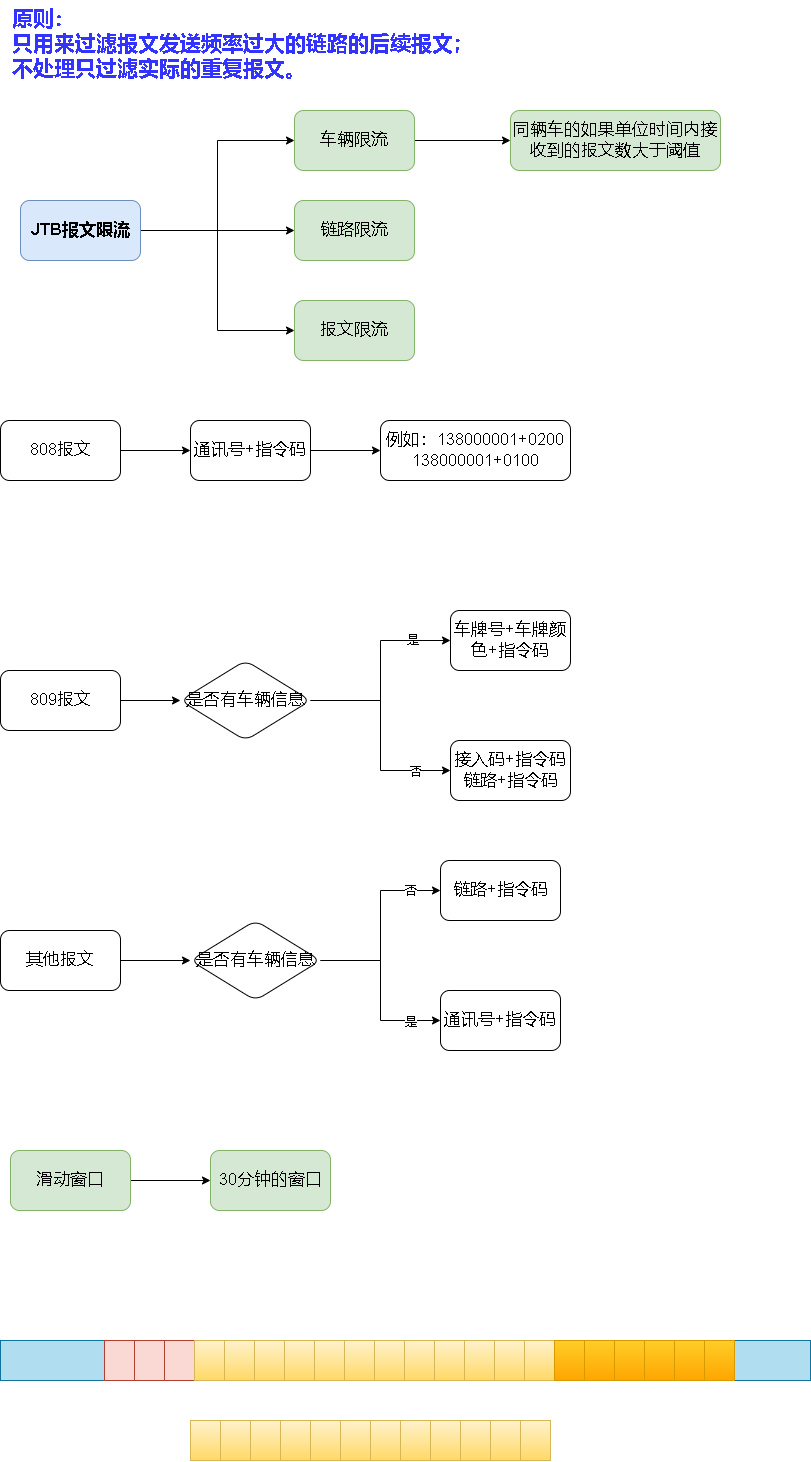
Above: jtb报文限流.drawio.png in xktder/draw (draw.io), before the change. Source tidied: cells renumbered, new cells last; positions are measured from the earlier drawing's top-left corner, leaving out a move shared by most shapes.
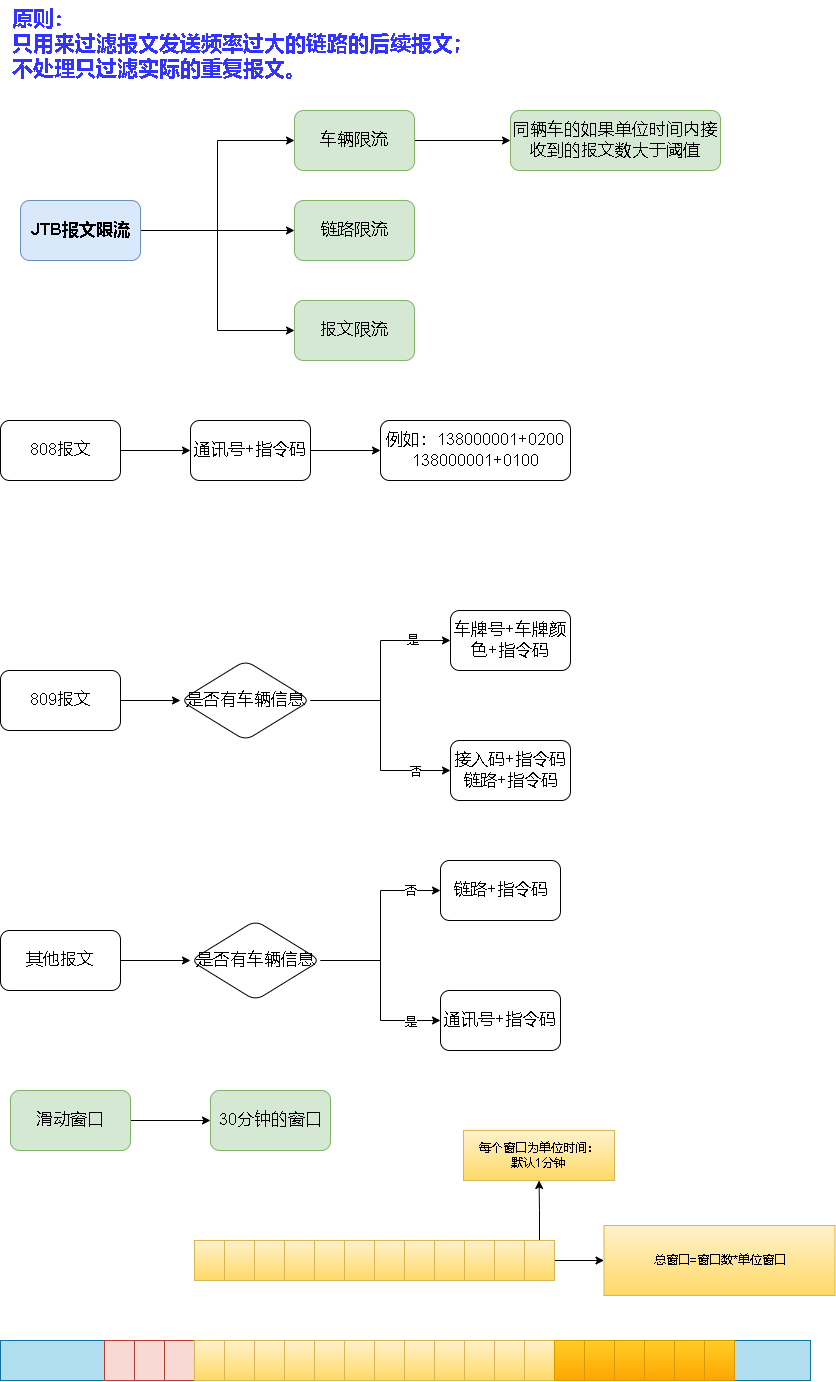
Above is the later version.

Commit message:
更新jtb报文限流.drawio.png

What changed in the source:
```diff
@@ -116,10 +116,10 @@
       <mxGeometry relative="1" as="geometry" />
     </mxCell>
     <mxCell id="37" value="滑动窗口" style="rounded=1;whiteSpace=wrap;html=1;fontSize=17;fillColor=#d5e8d4;strokeColor=#82b366;" parent="1" vertex="1">
-      <mxGeometry x="10" y="1150" width="120" height="60" as="geometry" />
+      <mxGeometry x="10" y="1090" width="120" height="60" as="geometry" />
     </mxCell>
     <mxCell id="38" value="30分钟的窗口" style="rounded=1;whiteSpace=wrap;html=1;fontSize=17;fillColor=#d5e8d4;strokeColor=#82b366;" parent="1" vertex="1">
-      <mxGeometry x="210" y="1150" width="120" height="60" as="geometry" />
+      <mxGeometry x="210" y="1090" width="120" height="60" as="geometry" />
     </mxCell>
     <mxCell id="39" style="rounded=0;whiteSpace=wrap;html=1;fontSize=12;fillColor=#fad9d5;strokeColor=#ae4132;" parent="1" vertex="1">
       <mxGeometry x="104" y="1340" width="30" height="40" as="geometry" />
@@ -185,40 +185,52 @@
       <mxGeometry x="704" y="1340" width="30" height="40" as="geometry" />
     </mxCell>
     <mxCell id="60" style="rounded=0;whiteSpace=wrap;html=1;fontSize=12;fillColor=#fff2cc;strokeColor=#d6b656;gradientColor=#ffd966;" parent="1" vertex="1">
-      <mxGeometry x="190" y="1420" width="30" height="40" as="geometry" />
+      <mxGeometry x="194" y="1240" width="30" height="40" as="geometry" />
     </mxCell>
     <mxCell id="61" style="rounded=0;whiteSpace=wrap;html=1;fontSize=12;fillColor=#fff2cc;gradientColor=#ffd966;strokeColor=#d6b656;" parent="1" vertex="1">
-      <mxGeometry x="220" y="1420" width="30" height="40" as="geometry" />
+      <mxGeometry x="224" y="1240" width="30" height="40" as="geometry" />
     </mxCell>
     <mxCell id="62" style="rounded=0;whiteSpace=wrap;html=1;fontSize=12;fillColor=#fff2cc;gradientColor=#ffd966;strokeColor=#d6b656;" parent="1" vertex="1">
-      <mxGeometry x="250" y="1420" width="30" height="40" as="geometry" />
+      <mxGeometry x="254" y="1240" width="30" height="40" as="geometry" />
     </mxCell>
     <mxCell id="63" style="rounded=0;whiteSpace=wrap;html=1;fontSize=12;fillColor=#fff2cc;gradientColor=#ffd966;strokeColor=#d6b656;" parent="1" vertex="1">
-      <mxGeometry x="280" y="1420" width="30" height="40" as="geometry" />
+      <mxGeometry x="284" y="1240" width="30" height="40" as="geometry" />
     </mxCell>
     <mxCell id="64" style="rounded=0;whiteSpace=wrap;html=1;fontSize=12;fillColor=#fff2cc;gradientColor=#ffd966;strokeColor=#d6b656;" parent="1" vertex="1">
-      <mxGeometry x="310" y="1420" width="30" height="40" as="geometry" />
+      <mxGeometry x="314" y="1240" width="30" height="40" as="geometry" />
     </mxCell>
     <mxCell id="65" style="rounded=0;whiteSpace=wrap;html=1;fontSize=12;fillColor=#fff2cc;gradientColor=#ffd966;strokeColor=#d6b656;" parent="1" vertex="1">
-      <mxGeometry x="340" y="1420" width="30" height="40" as="geometry" />
+      <mxGeometry x="344" y="1240" width="30" height="40" as="geometry" />
     </mxCell>
     <mxCell id="66" style="rounded=0;whiteSpace=wrap;html=1;fontSize=12;fillColor=#fff2cc;gradientColor=#ffd966;strokeColor=#d6b656;" parent="1" vertex="1">
-      <mxGeometry x="370" y="1420" width="30" height="40" as="geometry" />
+      <mxGeometry x="374" y="1240" width="30" height="40" as="geometry" />
     </mxCell>
     <mxCell id="67" style="rounded=0;whiteSpace=wrap;html=1;fontSize=12;fillColor=#fff2cc;gradientColor=#ffd966;strokeColor=#d6b656;" parent="1" vertex="1">
-      <mxGeometry x="400" y="1420" width="30" height="40" as="geometry" />
+      <mxGeometry x="404" y="1240" width="30" height="40" as="geometry" />
     </mxCell>
     <mxCell id="68" style="rounded=0;whiteSpace=wrap;html=1;fontSize=12;fillColor=#fff2cc;gradientColor=#ffd966;strokeColor=#d6b656;" parent="1" vertex="1">
-      <mxGeometry x="430" y="1420" width="30" height="40" as="geometry" />
+      <mxGeometry x="434" y="1240" width="30" height="40" as="geometry" />
     </mxCell>
     <mxCell id="69" style="rounded=0;whiteSpace=wrap;html=1;fontSize=12;fillColor=#fff2cc;gradientColor=#ffd966;strokeColor=#d6b656;" parent="1" vertex="1">
-      <mxGeometry x="460" y="1420" width="30" height="40" as="geometry" />
+      <mxGeometry x="464" y="1240" width="30" height="40" as="geometry" />
     </mxCell>
     <mxCell id="70" style="rounded=0;whiteSpace=wrap;html=1;fontSize=12;fillColor=#fff2cc;gradientColor=#ffd966;strokeColor=#d6b656;" parent="1" vertex="1">
-      <mxGeometry x="490" y="1420" width="30" height="40" as="geometry" />
+      <mxGeometry x="494" y="1240" width="30" height="40" as="geometry" />
     </mxCell>
+    <mxCell id="72" style="edgeStyle=orthogonalEdgeStyle;rounded=0;jettySize=auto;html=1;fontSize=12;fontColor=#000000;" parent="1" edge="1" source="71" target="74">
+      <mxGeometry relative="1" as="geometry" />
+    </mxCell>
+    <mxCell id="73" style="edgeStyle=orthogonalEdgeStyle;rounded=0;jettySize=auto;html=1;fontSize=12;fontColor=#000000;" parent="1" edge="1" source="71" target="75">
+      <mxGeometry relative="1" as="geometry" />
+    </mxCell>
     <mxCell id="71" style="rounded=0;whiteSpace=wrap;html=1;fontSize=12;fillColor=#fff2cc;gradientColor=#ffd966;strokeColor=#d6b656;" parent="1" vertex="1">
-      <mxGeometry x="520" y="1420" width="30" height="40" as="geometry" />
+      <mxGeometry x="524" y="1240" width="30" height="40" as="geometry" />
     </mxCell>
+    <mxCell id="74" value="每个窗口为单位时间：&lt;br&gt;默认1分钟" style="whiteSpace=wrap;html=1;fillColor=#fff2cc;strokeColor=#d6b656;rounded=0;gradientColor=#ffd966;" parent="1" vertex="1">
+      <mxGeometry x="463" y="1130" width="151" height="50" as="geometry" />
+    </mxCell>
+    <mxCell id="75" value="总窗口=窗口数*单位窗口" style="whiteSpace=wrap;html=1;fillColor=#fff2cc;strokeColor=#d6b656;rounded=0;gradientColor=#ffd966;" parent="1" vertex="1">
+      <mxGeometry x="603.5" y="1225" width="231" height="70" as="geometry" />
+    </mxCell>
   </root>
 </mxGraphModel>
```
